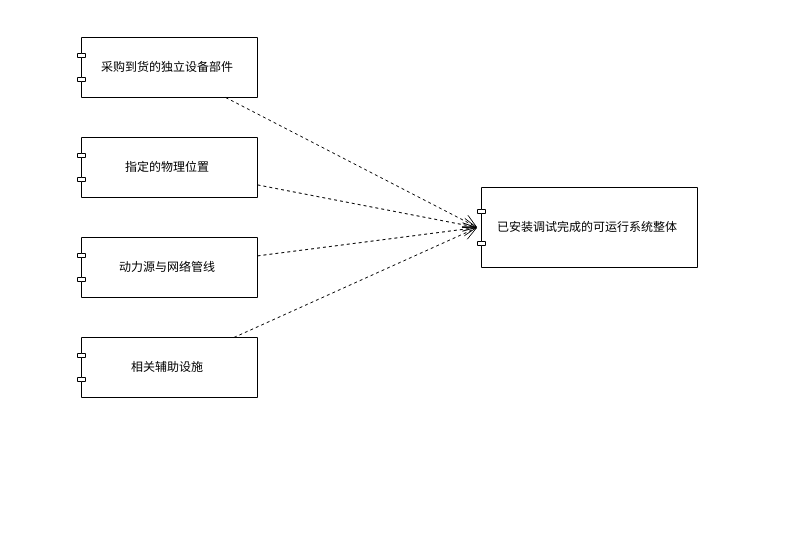
Before: work/final/设备物理安装组件图.drawio in CoKoii/Study, a draw.io diagram. Source tidied: cells renumbered, new cells numbered last; positions are measured from the earlier drawing's top-left corner, leaving out a move shared by most shapes. Both pictures are drawn from the tidied source at 100%, with x=0, y=0 at pixel (77, 37).
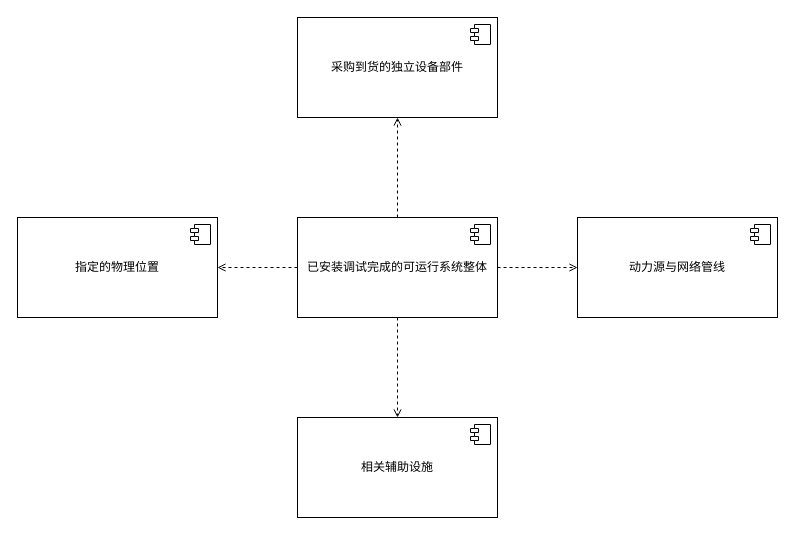
Above is the later version.

The edit, as a diff of the source:
```diff
@@
 <mxGraphModel>
   <root>
     <mxCell id="0" />
     <mxCell id="1" parent="0" />
+    <mxCell id="6" value="已安装调试完成的可运行系统整体" style="html=1;whiteSpace=wrap;" parent="1" vertex="1">
+      <mxGeometry x="220" y="180" width="200" height="100" as="geometry" />
+    </mxCell>
+    <mxCell id="11" style="shape=module;jettyWidth=8;jettyHeight=4;" parent="6" vertex="1">
+      <mxGeometry x="1" width="20" height="20" relative="1" as="geometry">
+        <mxPoint x="-27" y="7" as="offset" />
+      </mxGeometry>
+    </mxCell>
-    <mxCell id="2" value="采购到货的独立设备部件" style="shape=component;jettyWidth=8;jettyHeight=4;whiteSpace=wrap;html=1;" parent="1" vertex="1">
-      <mxGeometry width="180" height="60" as="geometry" />
+    <mxCell id="2" value="采购到货的独立设备部件" style="html=1;whiteSpace=wrap;" parent="1" vertex="1">
+      <mxGeometry x="220" y="-20" width="200" height="100" as="geometry" />
     </mxCell>
+    <mxCell id="12" style="shape=module;jettyWidth=8;jettyHeight=4;" parent="2" vertex="1">
+      <mxGeometry x="1" width="20" height="20" relative="1" as="geometry">
+        <mxPoint x="-27" y="7" as="offset" />
+      </mxGeometry>
+    </mxCell>
-    <mxCell id="3" value="指定的物理位置" style="shape=component;jettyWidth=8;jettyHeight=4;whiteSpace=wrap;html=1;" parent="1" vertex="1">
-      <mxGeometry y="100" width="180" height="60" as="geometry" />
+    <mxCell id="3" value="指定的物理位置" style="html=1;whiteSpace=wrap;" parent="1" vertex="1">
+      <mxGeometry x="-60" y="180" width="200" height="100" as="geometry" />
     </mxCell>
+    <mxCell id="13" style="shape=module;jettyWidth=8;jettyHeight=4;" parent="3" vertex="1">
+      <mxGeometry x="1" width="20" height="20" relative="1" as="geometry">
+        <mxPoint x="-27" y="7" as="offset" />
+      </mxGeometry>
+    </mxCell>
-    <mxCell id="4" value="动力源与网络管线" style="shape=component;jettyWidth=8;jettyHeight=4;whiteSpace=wrap;html=1;" parent="1" vertex="1">
-      <mxGeometry y="200" width="180" height="60" as="geometry" />
+    <mxCell id="4" value="动力源与网络管线" style="html=1;whiteSpace=wrap;" parent="1" vertex="1">
+      <mxGeometry x="500" y="180" width="200" height="100" as="geometry" />
     </mxCell>
+    <mxCell id="14" style="shape=module;jettyWidth=8;jettyHeight=4;" parent="4" vertex="1">
+      <mxGeometry x="1" width="20" height="20" relative="1" as="geometry">
+        <mxPoint x="-27" y="7" as="offset" />
+      </mxGeometry>
+    </mxCell>
-    <mxCell id="5" value="相关辅助设施" style="shape=component;jettyWidth=8;jettyHeight=4;whiteSpace=wrap;html=1;" parent="1" vertex="1">
-      <mxGeometry y="300" width="180" height="60" as="geometry" />
+    <mxCell id="5" value="相关辅助设施" style="html=1;whiteSpace=wrap;" parent="1" vertex="1">
+      <mxGeometry x="220" y="380" width="200" height="100" as="geometry" />
     </mxCell>
-    <mxCell id="6" value="已安装调试完成的可运行系统整体" style="shape=component;jettyWidth=8;jettyHeight=4;whiteSpace=wrap;html=1;" parent="1" vertex="1">
-      <mxGeometry x="400" y="150" width="220" height="80" as="geometry" />
-    </mxCell>
-    <mxCell id="7" style="endArrow=open;dashed=1;endFill=0;endSize=12;html=1;entryX=0;entryY=0.5;entryDx=0;entryDy=0;" parent="1" edge="1" source="2" target="6">
-      <mxGeometry relative="1" as="geometry" />
-    </mxCell>
-    <mxCell id="8" style="endArrow=open;dashed=1;endFill=0;endSize=12;html=1;entryX=0;entryY=0.5;entryDx=0;entryDy=0;" parent="1" edge="1" source="3" target="6">
-      <mxGeometry relative="1" as="geometry" />
-    </mxCell>
-    <mxCell id="9" style="endArrow=open;dashed=1;endFill=0;endSize=12;html=1;entryX=0;entryY=0.5;entryDx=0;entryDy=0;" parent="1" edge="1" source="4" target="6">
-      <mxGeometry relative="1" as="geometry" />
-    </mxCell>
-    <mxCell id="10" style="endArrow=open;dashed=1;endFill=0;endSize=12;html=1;entryX=0;entryY=0.5;entryDx=0;entryDy=0;" parent="1" edge="1" source="5" target="6">
-      <mxGeometry relative="1" as="geometry" />
-    </mxCell>
+    <mxCell id="15" style="shape=module;jettyWidth=8;jettyHeight=4;" parent="5" vertex="1">
+      <mxGeometry x="1" width="20" height="20" relative="1" as="geometry">
+        <mxPoint x="-27" y="7" as="offset" />
+      </mxGeometry>
+    </mxCell>
+    <mxCell id="16" style="dashed=1;endArrow=open;html=1;rounded=0;entryX=0.5;entryY=1;exitX=0.5;exitY=0;" parent="1" edge="1" source="6" target="2">
+      <mxGeometry relative="1" as="geometry" />
+    </mxCell>
+    <mxCell id="17" style="dashed=1;endArrow=open;html=1;rounded=0;entryX=1;entryY=0.5;exitX=0;exitY=0.5;" parent="1" edge="1" source="6" target="3">
+      <mxGeometry relative="1" as="geometry" />
+    </mxCell>
+    <mxCell id="18" style="dashed=1;endArrow=open;html=1;rounded=0;entryX=0;entryY=0.5;exitX=1;exitY=0.5;" parent="1" edge="1" source="6" target="4">
+      <mxGeometry relative="1" as="geometry" />
+    </mxCell>
+    <mxCell id="19" style="dashed=1;endArrow=open;html=1;rounded=0;entryX=0.5;entryY=0;exitX=0.5;exitY=1;" parent="1" edge="1" source="6" target="5">
+      <mxGeometry relative="1" as="geometry" />
+    </mxCell>
   </root>
 </mxGraphModel>
```
